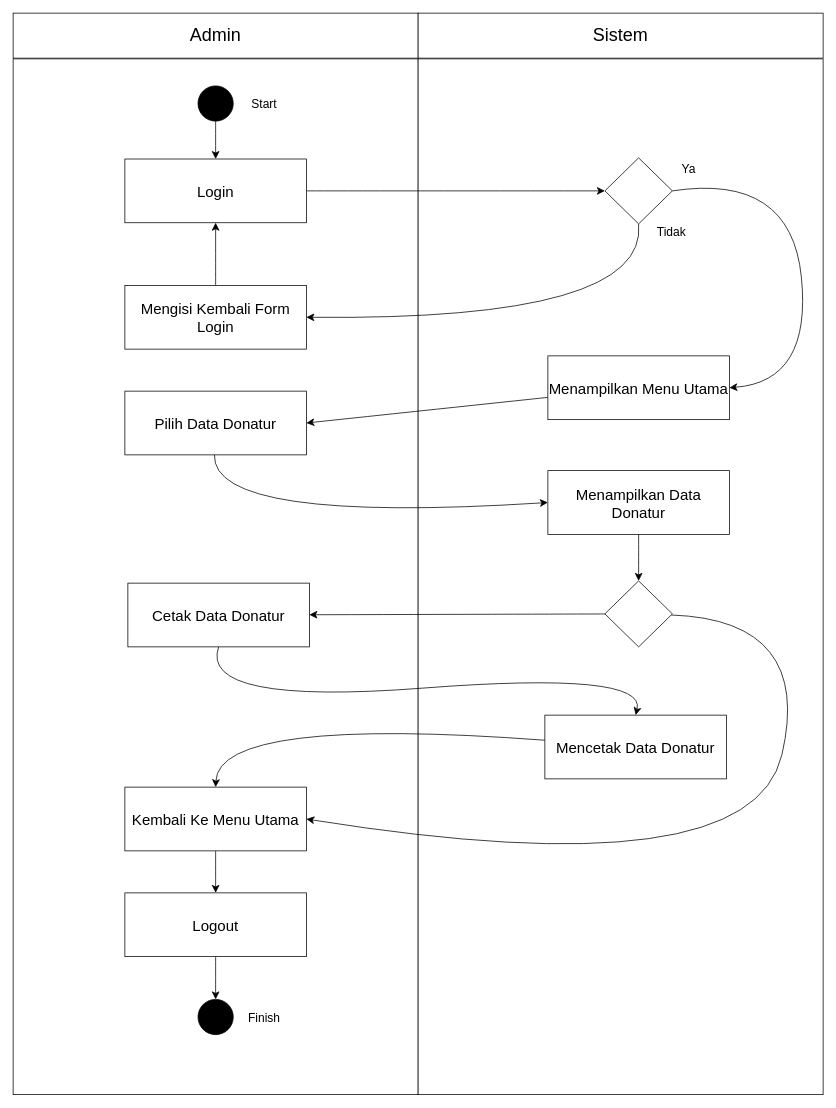
The draw.io diagram page "halaman 1" (1 of 8) of Diagram Tanpa Judul.drawio in Itsbubuuu/latihan-git, before the edit. Source tidied: cells renumbered, new cells numbered last; positions are measured from the earlier drawing's top-left corner, leaving out a move shared by most shapes. Both pictures are drawn from the tidied source at 75%, with x=0, y=0 at pixel (13, 13).
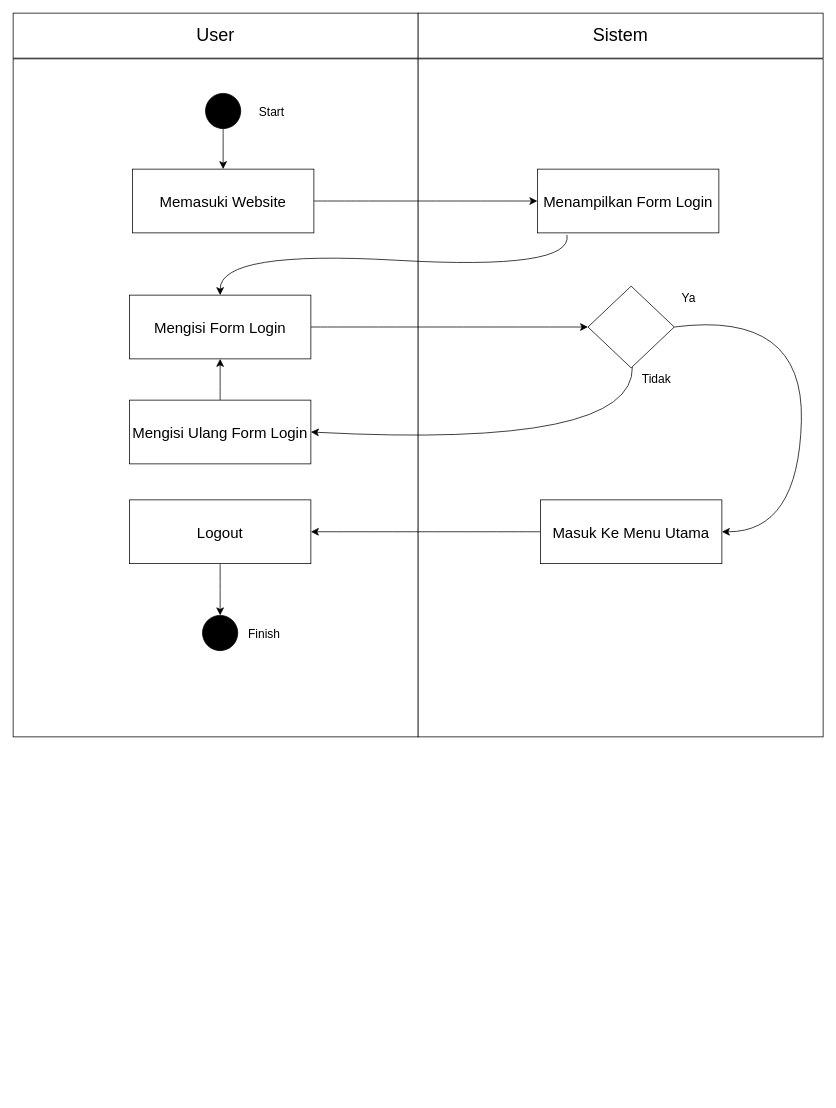
After the change.

The edit, as a diff of the source:
```diff
@@
     <mxCell id="2" style="rounded=0;whiteSpace=wrap;html=1;" parent="1" vertex="1">
-      <mxGeometry y="61" width="540" height="1381" as="geometry" />
+      <mxGeometry y="61" width="540" height="904" as="geometry" />
     </mxCell>
     <mxCell id="3" style="rounded=0;whiteSpace=wrap;html=1;" parent="1" vertex="1">
-      <mxGeometry x="540" y="61" width="540" height="1381" as="geometry" />
+      <mxGeometry x="540" y="61" width="540" height="904" as="geometry" />
     </mxCell>
-    <mxCell id="4" value="&lt;font style=&quot;font-size: 24px;&quot;&gt;Admin&lt;/font&gt;" style="rounded=0;whiteSpace=wrap;html=1;" parent="1" vertex="1">
+    <mxCell id="4" value="&lt;span style=&quot;font-size: 24px;&quot;&gt;User&lt;/span&gt;" style="rounded=0;whiteSpace=wrap;html=1;" parent="1" vertex="1">
       <mxGeometry width="540" height="60" as="geometry" />
     </mxCell>
@@
-    <mxCell id="6" style="edgeStyle=none;curved=1;rounded=0;jettySize=auto;html=1;exitX=0.5;exitY=1;exitDx=0;exitDy=0;entryX=0.5;entryY=0;entryDx=0;entryDy=0;fontSize=12;startSize=8;endSize=8;" parent="1" edge="1" source="7" target="10">
-      <mxGeometry relative="1" as="geometry" />
-    </mxCell>
-    <mxCell id="7" style="ellipse;whiteSpace=wrap;html=1;strokeColor=#000000;fillColor=#000000;" parent="1" vertex="1">
-      <mxGeometry x="246.5" y="97" width="47" height="47" as="geometry" />
-    </mxCell>
+    <mxCell id="11" style="edgeStyle=none;curved=1;rounded=0;orthogonalLoop=1;jettySize=auto;html=1;entryX=1;entryY=0.5;entryDx=0;entryDy=0;fontSize=12;startSize=8;endSize=8;" parent="1" edge="1">
+      <mxGeometry relative="1" as="geometry">
+        <mxPoint x="713" y="512.3" as="sourcePoint" />
+      </mxGeometry>
+    </mxCell>
+    <mxCell id="14" style="edgeStyle=none;curved=1;rounded=0;orthogonalLoop=1;jettySize=auto;html=1;entryX=1;entryY=0.5;entryDx=0;entryDy=0;fontSize=12;startSize=8;endSize=8;exitX=0.5;exitY=1;exitDx=0;exitDy=0;" parent="1" edge="1">
+      <mxGeometry relative="1" as="geometry">
+        <mxPoint x="834" y="281" as="sourcePoint" />
+        <Array as="points">
+          <mxPoint x="847" y="410" />
+        </Array>
+      </mxGeometry>
+    </mxCell>
+    <mxCell id="20" style="edgeStyle=none;curved=1;rounded=0;orthogonalLoop=1;jettySize=auto;html=1;entryX=0;entryY=0.5;entryDx=0;entryDy=0;fontSize=12;startSize=8;endSize=8;" parent="1" edge="1">
+      <mxGeometry relative="1" as="geometry">
+        <mxPoint x="713" y="652.5" as="targetPoint" />
+        <Array as="points">
+          <mxPoint x="265" y="681" />
+        </Array>
+      </mxGeometry>
+    </mxCell>
+    <mxCell id="24" style="edgeStyle=none;curved=1;rounded=0;orthogonalLoop=1;jettySize=auto;html=1;entryX=0.5;entryY=0;entryDx=0;entryDy=0;fontSize=12;startSize=8;endSize=8;exitX=0.5;exitY=1;exitDx=0;exitDy=0;" parent="1" edge="1">
+      <mxGeometry relative="1" as="geometry">
+        <mxPoint x="830" y="936" as="targetPoint" />
+        <Array as="points">
+          <mxPoint x="247" y="923" />
+          <mxPoint x="845" y="877" />
+        </Array>
+      </mxGeometry>
+    </mxCell>
+    <mxCell id="26" style="edgeStyle=none;curved=1;rounded=0;orthogonalLoop=1;jettySize=auto;html=1;fontSize=12;startSize=8;endSize=8;" parent="1" edge="1">
+      <mxGeometry relative="1" as="geometry">
+        <mxPoint x="789.1" y="801.1" as="sourcePoint" />
+      </mxGeometry>
+    </mxCell>
+    <mxCell id="27" style="edgeStyle=none;curved=1;rounded=0;orthogonalLoop=1;jettySize=auto;html=1;entryX=1;entryY=0.5;entryDx=0;entryDy=0;fontSize=12;startSize=8;endSize=8;" parent="1" edge="1">
+      <mxGeometry relative="1" as="geometry">
+        <mxPoint x="877.5" y="802.5" as="sourcePoint" />
+        <Array as="points">
+          <mxPoint x="1067" y="809" />
+          <mxPoint x="983" y="1169" />
+        </Array>
+      </mxGeometry>
+    </mxCell>
+    <mxCell id="32" style="edgeStyle=none;curved=1;rounded=0;orthogonalLoop=1;jettySize=auto;html=1;entryX=0.5;entryY=0;entryDx=0;entryDy=0;fontSize=12;startSize=8;endSize=8;" parent="1" edge="1">
+      <mxGeometry relative="1" as="geometry">
+        <mxPoint x="709" y="969.5" as="sourcePoint" />
+        <Array as="points">
+          <mxPoint x="274" y="937" />
+        </Array>
+      </mxGeometry>
+    </mxCell>
+    <mxCell id="37" style="edgeStyle=none;curved=1;rounded=0;jettySize=auto;html=1;exitX=0.5;exitY=1;exitDx=0;exitDy=0;entryX=0.5;entryY=0;entryDx=0;entryDy=0;fontSize=12;startSize=8;endSize=8;" parent="1" edge="1" source="38" target="40">
+      <mxGeometry relative="1" as="geometry" />
+    </mxCell>
+    <mxCell id="38" style="ellipse;whiteSpace=wrap;html=1;strokeColor=#000000;fillColor=#000000;" parent="1" vertex="1">
+      <mxGeometry x="256.5" y="107" width="47" height="47" as="geometry" />
+    </mxCell>
     <mxCell id="8" value="Start" style="text;html=1;align=center;verticalAlign=middle;whiteSpace=wrap;rounded=0;fontSize=16;" parent="1" vertex="1">
-      <mxGeometry x="305" y="105.5" width="60" height="30" as="geometry" />
+      <mxGeometry x="315" y="115.5" width="60" height="30" as="geometry" />
     </mxCell>
-    <mxCell id="9" style="edgeStyle=none;curved=1;rounded=0;jettySize=auto;html=1;fontSize=12;startSize=8;endSize=8;" parent="1" edge="1" source="10" target="15">
-      <mxGeometry relative="1" as="geometry" />
-    </mxCell>
-    <mxCell id="10" value="&lt;span style=&quot;font-size: 20px;&quot;&gt;Login&lt;/span&gt;" style="rounded=0;whiteSpace=wrap;html=1;" parent="1" vertex="1">
-      <mxGeometry x="149" y="194.5" width="242" height="85" as="geometry" />
-    </mxCell>
-    <mxCell id="11" style="edgeStyle=none;curved=1;rounded=0;jettySize=auto;html=1;entryX=1;entryY=0.5;entryDx=0;entryDy=0;fontSize=12;startSize=8;endSize=8;" parent="1" edge="1" source="12" target="21">
-      <mxGeometry relative="1" as="geometry" />
-    </mxCell>
-    <mxCell id="12" value="&lt;span style=&quot;font-size: 20px;&quot;&gt;Menampilkan Menu Utama&lt;/span&gt;" style="rounded=0;whiteSpace=wrap;html=1;" parent="1" vertex="1">
-      <mxGeometry x="713" y="457" width="242" height="85" as="geometry" />
-    </mxCell>
-    <mxCell id="13" style="edgeStyle=none;curved=1;rounded=0;jettySize=auto;html=1;entryX=1;entryY=0.5;entryDx=0;entryDy=0;fontSize=12;startSize=8;endSize=8;exitX=1;exitY=0.5;exitDx=0;exitDy=0;" parent="1" edge="1" source="15" target="12">
-      <mxGeometry relative="1" as="geometry">
-        <Array as="points">
-          <mxPoint x="1037" y="213" />
-          <mxPoint x="1065" y="491" />
-        </Array>
-      </mxGeometry>
-    </mxCell>
-    <mxCell id="14" style="edgeStyle=none;curved=1;rounded=0;jettySize=auto;html=1;entryX=1;entryY=0.5;entryDx=0;entryDy=0;fontSize=12;startSize=8;endSize=8;exitX=0.5;exitY=1;exitDx=0;exitDy=0;" parent="1" edge="1" source="15" target="17">
-      <mxGeometry relative="1" as="geometry">
-        <Array as="points">
-          <mxPoint x="847" y="410" />
-        </Array>
-      </mxGeometry>
-    </mxCell>
-    <mxCell id="15" style="rhombus;whiteSpace=wrap;html=1;" parent="1" vertex="1">
-      <mxGeometry x="789" y="193" width="90" height="88" as="geometry" />
-    </mxCell>
-    <mxCell id="16" style="edgeStyle=none;curved=1;rounded=0;jettySize=auto;html=1;entryX=0.5;entryY=1;entryDx=0;entryDy=0;fontSize=12;startSize=8;endSize=8;" parent="1" edge="1" source="17" target="10">
-      <mxGeometry relative="1" as="geometry" />
-    </mxCell>
-    <mxCell id="17" value="&lt;span style=&quot;font-size: 20px;&quot;&gt;Mengisi Kembali Form Login&lt;/span&gt;" style="rounded=0;whiteSpace=wrap;html=1;" parent="1" vertex="1">
-      <mxGeometry x="149" y="363" width="242" height="85" as="geometry" />
-    </mxCell>
+    <mxCell id="39" style="edgeStyle=none;curved=1;rounded=0;jettySize=auto;html=1;fontSize=12;startSize=8;endSize=8;" parent="1" edge="1" source="40" target="42">
+      <mxGeometry relative="1" as="geometry" />
+    </mxCell>
+    <mxCell id="40" value="&lt;font style=&quot;font-size: 20px;&quot;&gt;Memasuki Website&lt;/font&gt;" style="rounded=0;whiteSpace=wrap;html=1;" parent="1" vertex="1">
+      <mxGeometry x="159" y="208" width="242" height="85" as="geometry" />
+    </mxCell>
+    <mxCell id="41" style="edgeStyle=none;curved=1;rounded=0;jettySize=auto;html=1;fontSize=12;startSize=8;endSize=8;entryX=0.5;entryY=0;entryDx=0;entryDy=0;exitX=0.163;exitY=1.033;exitDx=0;exitDy=0;exitPerimeter=0;" parent="1" edge="1" source="42" target="51">
+      <mxGeometry relative="1" as="geometry">
+        <Array as="points">
+          <mxPoint x="747" y="343" />
+          <mxPoint x="276" y="316" />
+        </Array>
+      </mxGeometry>
+    </mxCell>
+    <mxCell id="42" value="&lt;font style=&quot;font-size: 20px;&quot;&gt;Menampilkan Form Login&lt;/font&gt;" style="rounded=0;whiteSpace=wrap;html=1;" parent="1" vertex="1">
+      <mxGeometry x="699" y="208" width="242" height="85" as="geometry" />
+    </mxCell>
+    <mxCell id="43" style="edgeStyle=none;curved=1;rounded=0;jettySize=auto;html=1;fontSize=12;startSize=8;endSize=8;" parent="1" edge="1" source="44" target="51">
+      <mxGeometry relative="1" as="geometry" />
+    </mxCell>
+    <mxCell id="44" value="&lt;span style=&quot;font-size: 20px;&quot;&gt;Mengisi Ulang Form Login&lt;/span&gt;" style="rounded=0;whiteSpace=wrap;html=1;" parent="1" vertex="1">
+      <mxGeometry x="155" y="516" width="242" height="85" as="geometry" />
+    </mxCell>
+    <mxCell id="45" style="edgeStyle=none;curved=1;rounded=0;jettySize=auto;html=1;entryX=1;entryY=0.5;entryDx=0;entryDy=0;fontSize=12;startSize=8;endSize=8;" parent="1" edge="1" source="46" target="36">
+      <mxGeometry relative="1" as="geometry" />
+    </mxCell>
+    <mxCell id="46" value="&lt;span style=&quot;font-size: 20px;&quot;&gt;Masuk Ke Menu Utama&lt;/span&gt;" style="rounded=0;whiteSpace=wrap;html=1;" parent="1" vertex="1">
+      <mxGeometry x="703" y="649" width="242" height="85" as="geometry" />
+    </mxCell>
+    <mxCell id="47" style="edgeStyle=none;curved=1;rounded=0;jettySize=auto;html=1;fontSize=12;startSize=8;endSize=8;entryX=1;entryY=0.5;entryDx=0;entryDy=0;" parent="1" edge="1" source="49" target="44">
+      <mxGeometry relative="1" as="geometry">
+        <Array as="points">
+          <mxPoint x="829" y="581" />
+        </Array>
+      </mxGeometry>
+    </mxCell>
+    <mxCell id="48" style="edgeStyle=none;curved=1;rounded=0;jettySize=auto;html=1;entryX=1;entryY=0.5;entryDx=0;entryDy=0;fontSize=12;startSize=8;endSize=8;exitX=1;exitY=0.5;exitDx=0;exitDy=0;" parent="1" edge="1" target="46">
+      <mxGeometry relative="1" as="geometry">
+        <mxPoint x="881.5" y="418.5" as="sourcePoint" />
+        <Array as="points">
+          <mxPoint x="1055" y="396" />
+          <mxPoint x="1047" y="692" />
+        </Array>
+      </mxGeometry>
+    </mxCell>
+    <mxCell id="49" style="rhombus;whiteSpace=wrap;html=1;" parent="1" vertex="1">
+      <mxGeometry x="766.5" y="364" width="115" height="109" as="geometry" />
+    </mxCell>
+    <mxCell id="50" style="edgeStyle=none;curved=1;rounded=0;jettySize=auto;html=1;fontSize=12;startSize=8;endSize=8;" parent="1" edge="1" source="51" target="49">
+      <mxGeometry relative="1" as="geometry" />
+    </mxCell>
+    <mxCell id="51" value="&lt;font style=&quot;font-size: 20px;&quot;&gt;Mengisi Form Login&lt;/font&gt;" style="rounded=0;whiteSpace=wrap;html=1;" parent="1" vertex="1">
+      <mxGeometry x="155" y="376" width="242" height="85" as="geometry" />
+    </mxCell>
+    <mxCell id="52" style="edgeStyle=none;curved=1;rounded=0;jettySize=auto;html=1;entryX=0.5;entryY=0;entryDx=0;entryDy=0;fontSize=12;startSize=8;endSize=8;" parent="1" edge="1" source="36" target="53">
+      <mxGeometry relative="1" as="geometry" />
+    </mxCell>
+    <mxCell id="36" value="&lt;span style=&quot;font-size: 20px;&quot;&gt;Logout&lt;/span&gt;" style="rounded=0;whiteSpace=wrap;html=1;" parent="1" vertex="1">
+      <mxGeometry x="155" y="649" width="242" height="85" as="geometry" />
+    </mxCell>
+    <mxCell id="53" style="ellipse;whiteSpace=wrap;html=1;strokeColor=#000000;fillColor=#000000;" parent="1" vertex="1">
+      <mxGeometry x="252.5" y="803" width="47" height="47" as="geometry" />
+    </mxCell>
+    <mxCell id="35" value="Finish" style="text;html=1;align=center;verticalAlign=middle;whiteSpace=wrap;rounded=0;fontSize=16;" parent="1" vertex="1">
+      <mxGeometry x="305" y="811.5" width="60" height="30" as="geometry" />
+    </mxCell>
     <mxCell id="18" value="Ya" style="text;html=1;align=center;verticalAlign=middle;whiteSpace=wrap;rounded=0;fontSize=16;" parent="1" vertex="1">
-      <mxGeometry x="871" y="193" width="60" height="30" as="geometry" />
+      <mxGeometry x="871" y="364" width="60" height="30" as="geometry" />
     </mxCell>
     <mxCell id="19" value="Tidak" style="text;html=1;align=center;verticalAlign=middle;whiteSpace=wrap;rounded=0;fontSize=16;" parent="1" vertex="1">
-      <mxGeometry x="848" y="277" width="60" height="30" as="geometry" />
+      <mxGeometry x="828" y="473" width="60" height="30" as="geometry" />
     </mxCell>
-    <mxCell id="20" style="edgeStyle=none;curved=1;rounded=0;jettySize=auto;html=1;entryX=0;entryY=0.5;entryDx=0;entryDy=0;fontSize=12;startSize=8;endSize=8;" parent="1" edge="1" source="21" target="23">
-      <mxGeometry relative="1" as="geometry">
-        <Array as="points">
-          <mxPoint x="265" y="681" />
-        </Array>
-      </mxGeometry>
-    </mxCell>
-    <mxCell id="21" value="&lt;span style=&quot;font-size: 20px;&quot;&gt;Pilih Data Donatur&lt;/span&gt;" style="rounded=0;whiteSpace=wrap;html=1;" parent="1" vertex="1">
-      <mxGeometry x="149" y="504" width="242" height="85" as="geometry" />
-    </mxCell>
-    <mxCell id="22" style="edgeStyle=none;curved=1;rounded=0;jettySize=auto;html=1;fontSize=12;startSize=8;endSize=8;" parent="1" edge="1" source="23" target="28">
-      <mxGeometry relative="1" as="geometry" />
-    </mxCell>
-    <mxCell id="23" value="&lt;span style=&quot;font-size: 20px;&quot;&gt;Menampilkan Data Donatur&lt;/span&gt;" style="rounded=0;whiteSpace=wrap;html=1;" parent="1" vertex="1">
-      <mxGeometry x="713" y="610" width="242" height="85" as="geometry" />
-    </mxCell>
-    <mxCell id="24" style="edgeStyle=none;curved=1;rounded=0;jettySize=auto;html=1;entryX=0.5;entryY=0;entryDx=0;entryDy=0;fontSize=12;startSize=8;endSize=8;exitX=0.5;exitY=1;exitDx=0;exitDy=0;" parent="1" edge="1" source="25" target="33">
-      <mxGeometry relative="1" as="geometry">
-        <Array as="points">
-          <mxPoint x="247" y="923" />
-          <mxPoint x="845" y="877" />
-        </Array>
-      </mxGeometry>
-    </mxCell>
-    <mxCell id="25" value="&lt;span style=&quot;font-size: 20px;&quot;&gt;Cetak Data Donatur&lt;/span&gt;" style="rounded=0;whiteSpace=wrap;html=1;" parent="1" vertex="1">
-      <mxGeometry x="153" y="760" width="242" height="85" as="geometry" />
-    </mxCell>
-    <mxCell id="26" style="edgeStyle=none;curved=1;rounded=0;jettySize=auto;html=1;fontSize=12;startSize=8;endSize=8;" parent="1" edge="1" source="28" target="25">
-      <mxGeometry relative="1" as="geometry" />
-    </mxCell>
-    <mxCell id="27" style="edgeStyle=none;curved=1;rounded=0;jettySize=auto;html=1;entryX=1;entryY=0.5;entryDx=0;entryDy=0;fontSize=12;startSize=8;endSize=8;" parent="1" edge="1" source="28" target="31">
-      <mxGeometry relative="1" as="geometry">
-        <Array as="points">
-          <mxPoint x="1067" y="809" />
-          <mxPoint x="983" y="1169" />
-        </Array>
-      </mxGeometry>
-    </mxCell>
-    <mxCell id="28" style="rhombus;whiteSpace=wrap;html=1;" parent="1" vertex="1">
-      <mxGeometry x="789" y="757" width="90" height="88" as="geometry" />
-    </mxCell>
-    <mxCell id="29" style="edgeStyle=none;curved=1;rounded=0;jettySize=auto;html=1;entryX=0.5;entryY=0;entryDx=0;entryDy=0;fontSize=12;startSize=8;endSize=8;exitX=0.5;exitY=1;exitDx=0;exitDy=0;" parent="1" edge="1" source="36" target="34">
-      <mxGeometry relative="1" as="geometry" />
-    </mxCell>
-    <mxCell id="30" style="edgeStyle=none;curved=1;rounded=0;jettySize=auto;html=1;fontSize=12;startSize=8;endSize=8;" parent="1" edge="1" source="31" target="36">
-      <mxGeometry relative="1" as="geometry" />
-    </mxCell>
-    <mxCell id="31" value="&lt;span style=&quot;font-size: 20px;&quot;&gt;Kembali Ke Menu Utama&lt;/span&gt;" style="rounded=0;whiteSpace=wrap;html=1;" parent="1" vertex="1">
-      <mxGeometry x="149" y="1032" width="242" height="85" as="geometry" />
-    </mxCell>
-    <mxCell id="32" style="edgeStyle=none;curved=1;rounded=0;jettySize=auto;html=1;entryX=0.5;entryY=0;entryDx=0;entryDy=0;fontSize=12;startSize=8;endSize=8;" parent="1" edge="1" source="33" target="31">
-      <mxGeometry relative="1" as="geometry">
-        <Array as="points">
-          <mxPoint x="274" y="937" />
-        </Array>
-      </mxGeometry>
-    </mxCell>
-    <mxCell id="33" value="&lt;span style=&quot;font-size: 20px;&quot;&gt;Mencetak Data Donatur&lt;/span&gt;" style="rounded=0;whiteSpace=wrap;html=1;" parent="1" vertex="1">
-      <mxGeometry x="709" y="936" width="242" height="85" as="geometry" />
-    </mxCell>
-    <mxCell id="34" style="ellipse;whiteSpace=wrap;html=1;strokeColor=#000000;fillColor=#000000;" parent="1" vertex="1">
-      <mxGeometry x="246.5" y="1315" width="47" height="47" as="geometry" />
-    </mxCell>
-    <mxCell id="35" value="Finish" style="text;html=1;align=center;verticalAlign=middle;whiteSpace=wrap;rounded=0;fontSize=16;" parent="1" vertex="1">
-      <mxGeometry x="305" y="1323.5" width="60" height="30" as="geometry" />
-    </mxCell>
-    <mxCell id="36" value="&lt;span style=&quot;font-size: 20px;&quot;&gt;Logout&lt;/span&gt;" style="rounded=0;whiteSpace=wrap;html=1;" parent="1" vertex="1">
-      <mxGeometry x="149" y="1173" width="242" height="85" as="geometry" />
-    </mxCell>
```
